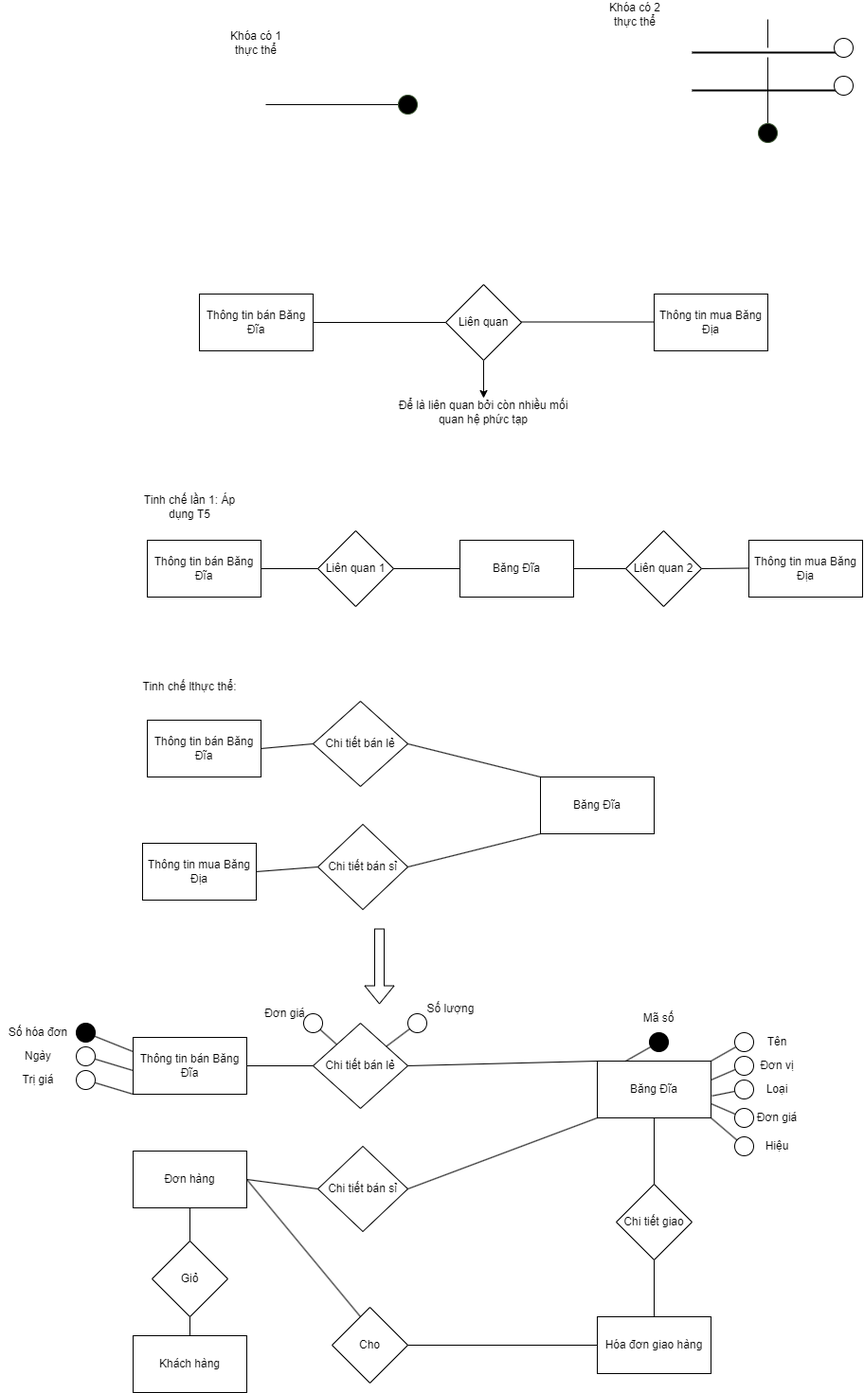
datnham0212/learning keeps this draw.io diagram as Khóa(Chương 2).png. Above is the earlier version. Source tidied: cells renumbered, new cells last; positions are measured from the earlier drawing's top-left corner, leaving out a move shared by most shapes.
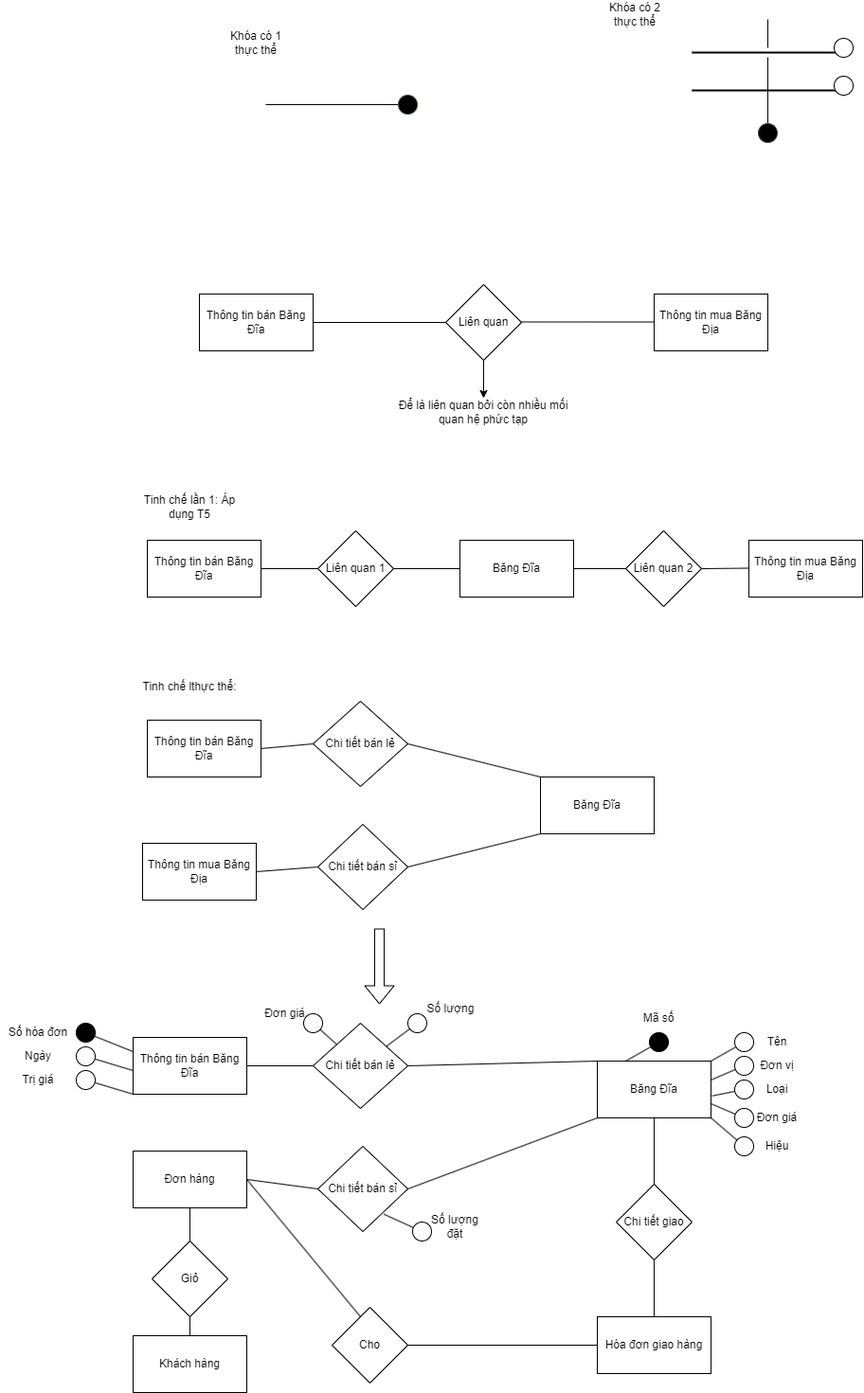
After the commit.

Change to the diagram source:
```diff
@@ -317,5 +317,14 @@
     <mxCell id="93" value="Hiệu" style="text;html=1;strokeColor=none;fillColor=none;align=center;verticalAlign=middle;whiteSpace=wrap;rounded=0;" parent="1" vertex="1">
       <mxGeometry x="790" y="1195" width="60" height="30" as="geometry" />
     </mxCell>
+    <mxCell id="94" style="endArrow=none;html=1;rounded=0;exitX=0.732;exitY=0.796;exitDx=0;exitDy=0;exitPerimeter=0;" parent="1" edge="1" source="46" target="95">
+      <mxGeometry relative="1" as="geometry" />
+    </mxCell>
+    <mxCell id="95" style="ellipse;whiteSpace=wrap;html=1;" parent="1" vertex="1">
+      <mxGeometry x="435" y="1290" width="20" height="20" as="geometry" />
+    </mxCell>
+    <mxCell id="96" value="Số lượng đặt" style="text;html=1;strokeColor=none;fillColor=none;align=center;verticalAlign=middle;whiteSpace=wrap;rounded=0;" parent="1" vertex="1">
+      <mxGeometry x="450" y="1280" width="60" height="30" as="geometry" />
+    </mxCell>
   </root>
 </mxGraphModel>
```
